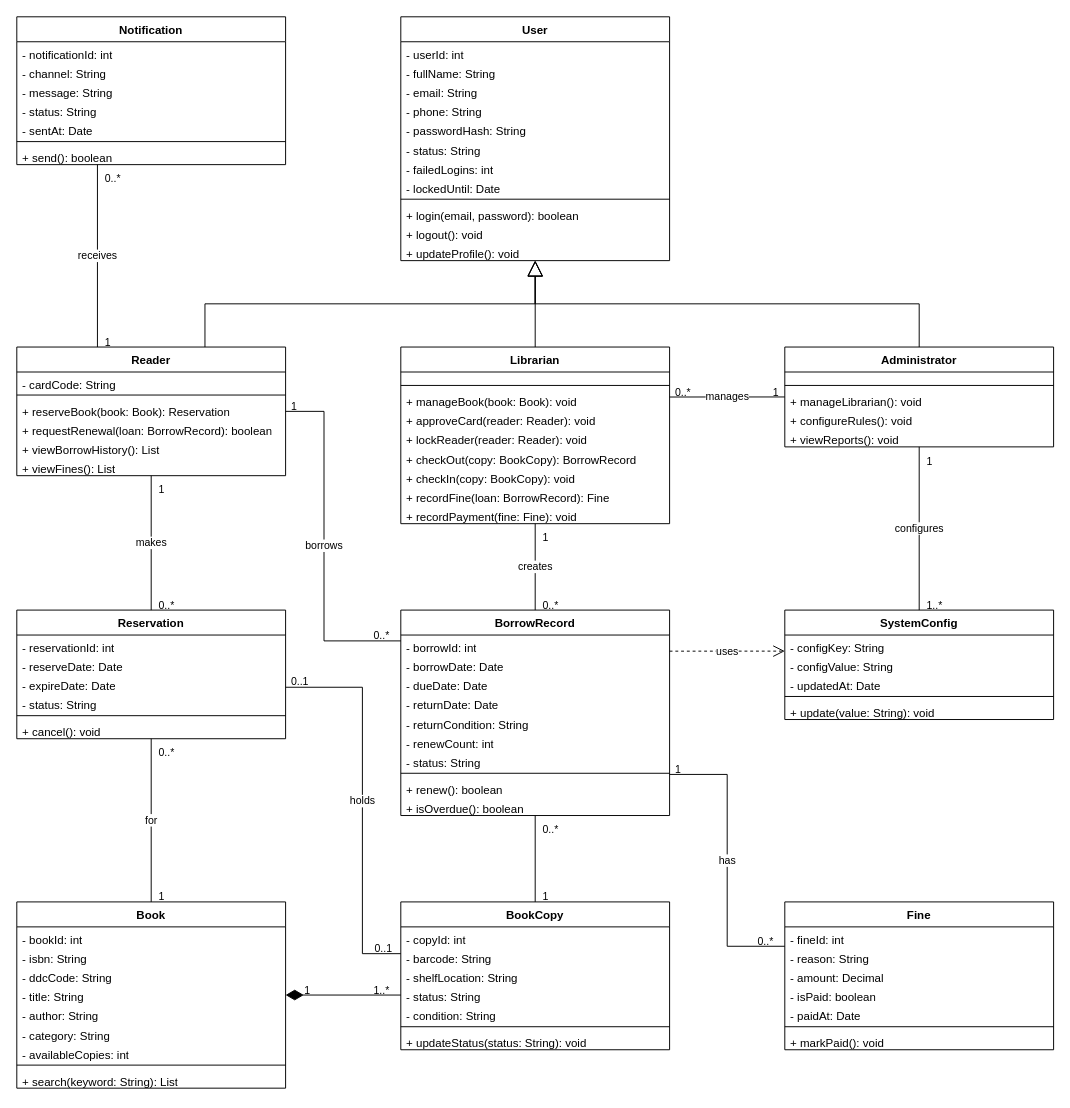
The draw.io diagram diagrams/Class_Diagram.drawio.xml in duypht07-SE/Library-Management-System, before the edit. Source tidied: cells renumbered, new cells numbered last; positions are measured from the earlier drawing's top-left corner, leaving out a move shared by most shapes. Both pictures are drawn from the tidied source at 96%, with x=0, y=0 at pixel (16, 16).
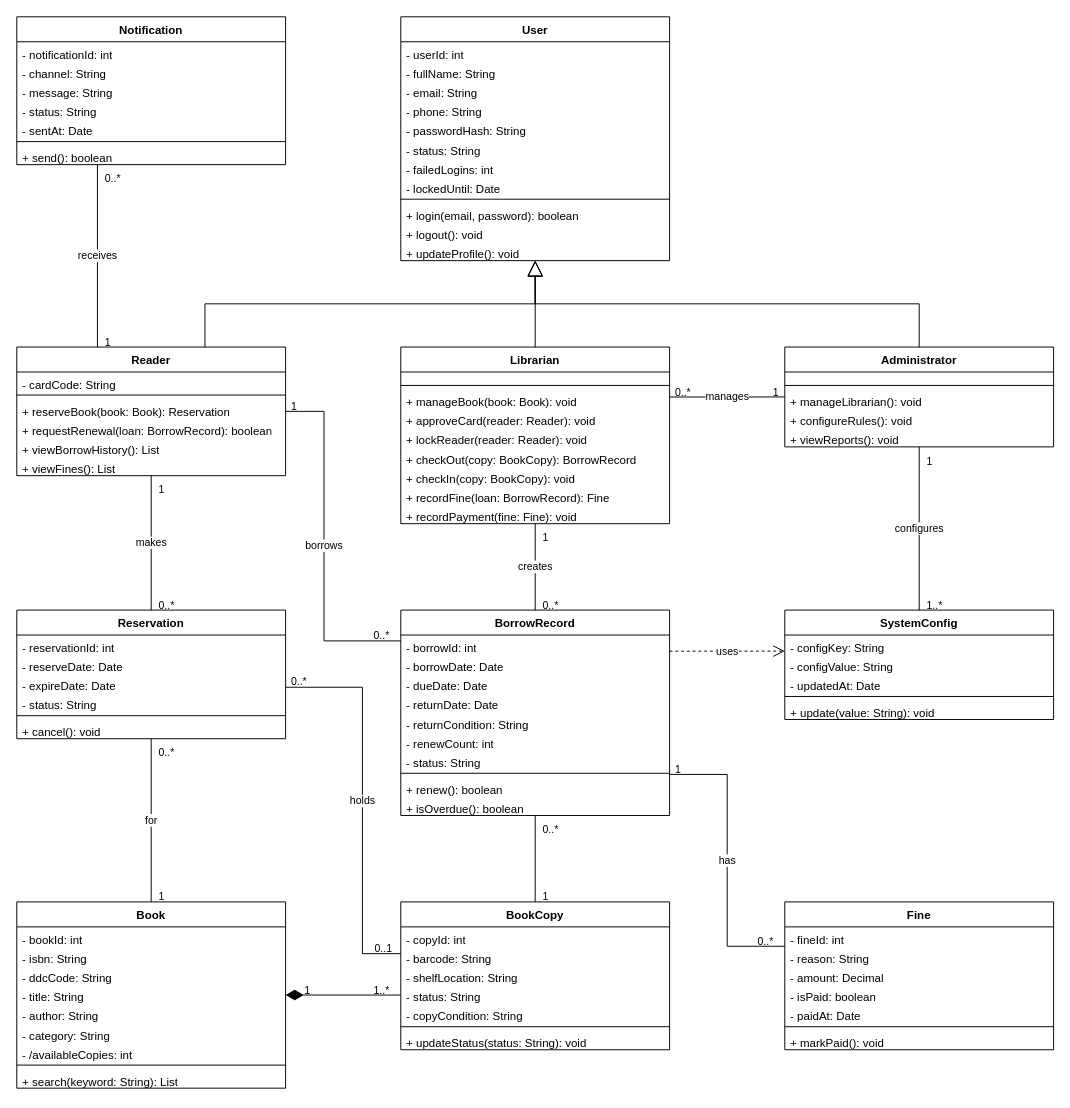
Above is the later version.

Commit message (it also covers changes not shown here):
Fix review: derived available copies, retire rule, ERD matches class diagram, 404 page

Unchanged cells that the change refers to:
```xml
<mxCell id="70" value="Book" style="swimlane;fontStyle=1;align=center;verticalAlign=top;horizontal=1;startSize=26;whiteSpace=wrap;html=1;swimlaneFillColor=#ffffff;fontFamily=Helvetica;fontSize=12;fontColor=#000000;strokeColor=#000000;fillColor=#ffffff;" parent="1" vertex="1">
  <mxGeometry y="922" width="280" height="194" as="geometry" />
</mxCell>
<mxCell id="80" value="BookCopy" style="swimlane;fontStyle=1;align=center;verticalAlign=top;horizontal=1;startSize=26;whiteSpace=wrap;html=1;swimlaneFillColor=#ffffff;fontFamily=Helvetica;fontSize=12;fontColor=#000000;strokeColor=#000000;fillColor=#ffffff;" parent="1" vertex="1">
  <mxGeometry x="400" y="922" width="280" height="154" as="geometry" />
</mxCell>
<mxCell id="120" value="holds" style="html=1;rounded=0;strokeColor=#000000;fontColor=#000000;fontSize=11;fontFamily=Helvetica;labelBackgroundColor=#ffffff;edgeStyle=orthogonalEdgeStyle;endArrow=none;exitX=1;exitY=0.6;entryX=0;entryY=0.35;" parent="1" edge="1" source="46" target="80">
  <mxGeometry relative="1" as="geometry">
    <Array as="points">
      <mxPoint x="360" y="698" />
      <mxPoint x="360" y="976" />
    </Array>
  </mxGeometry>
</mxCell>
```

What changed in the source:
```diff
@@
-    <mxCell id="77" value="- availableCopies: int" style="text;strokeColor=none;fillColor=none;align=left;verticalAlign=top;spacingLeft=4;spacingRight=4;overflow=hidden;whiteSpace=wrap;html=1;fontFamily=Helvetica;fontSize=12;fontColor=#000000;" parent="70" vertex="1">
+    <mxCell id="77" value="- /availableCopies: int" style="text;strokeColor=none;fillColor=none;align=left;verticalAlign=top;spacingLeft=4;spacingRight=4;overflow=hidden;whiteSpace=wrap;html=1;fontFamily=Helvetica;fontSize=12;fontColor=#000000;" parent="70" vertex="1">
       <mxGeometry y="146" width="280" height="20" as="geometry" />
     </mxCell>
@@
-    <mxCell id="85" value="- condition: String" style="text;strokeColor=none;fillColor=none;align=left;verticalAlign=top;spacingLeft=4;spacingRight=4;overflow=hidden;whiteSpace=wrap;html=1;fontFamily=Helvetica;fontSize=12;fontColor=#000000;" parent="80" vertex="1">
+    <mxCell id="85" value="- copyCondition: String" style="text;strokeColor=none;fillColor=none;align=left;verticalAlign=top;spacingLeft=4;spacingRight=4;overflow=hidden;whiteSpace=wrap;html=1;fontFamily=Helvetica;fontSize=12;fontColor=#000000;" parent="80" vertex="1">
       <mxGeometry y="106" width="280" height="20" as="geometry" />
     </mxCell>
@@
-    <mxCell id="121" value="0..1" style="edgeLabel;html=1;align=left;verticalAlign=top;labelBackgroundColor=none;fontSize=11;fontFamily=Helvetica;fontColor=#000000;" parent="120" vertex="1">
+    <mxCell id="121" value="0..*" style="edgeLabel;html=1;align=left;verticalAlign=top;labelBackgroundColor=none;fontSize=11;fontFamily=Helvetica;fontColor=#000000;" parent="120" vertex="1">
       <mxGeometry x="-1" relative="1" as="geometry">
         <mxPoint x="4" y="-18" as="offset" />
       </mxGeometry>
     </mxCell>
```
